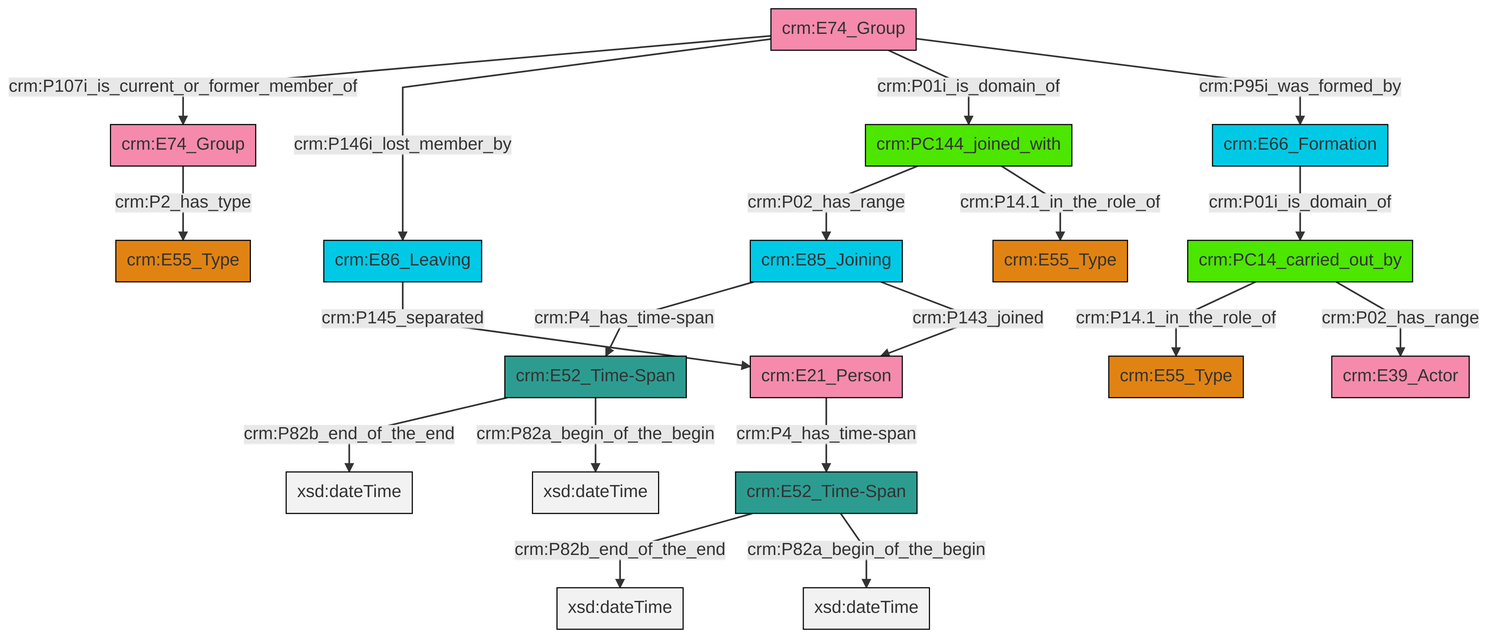
The Mermaid diagram et/groupCSV/ttl/mmd/png/group_actor_relations.png in swiss-art-research-net/docs.swissartresearch, before a commit. Its source is kept beside it as et/groupCSV/ttl/mmd/group_actor_relations.ttl.mmd.
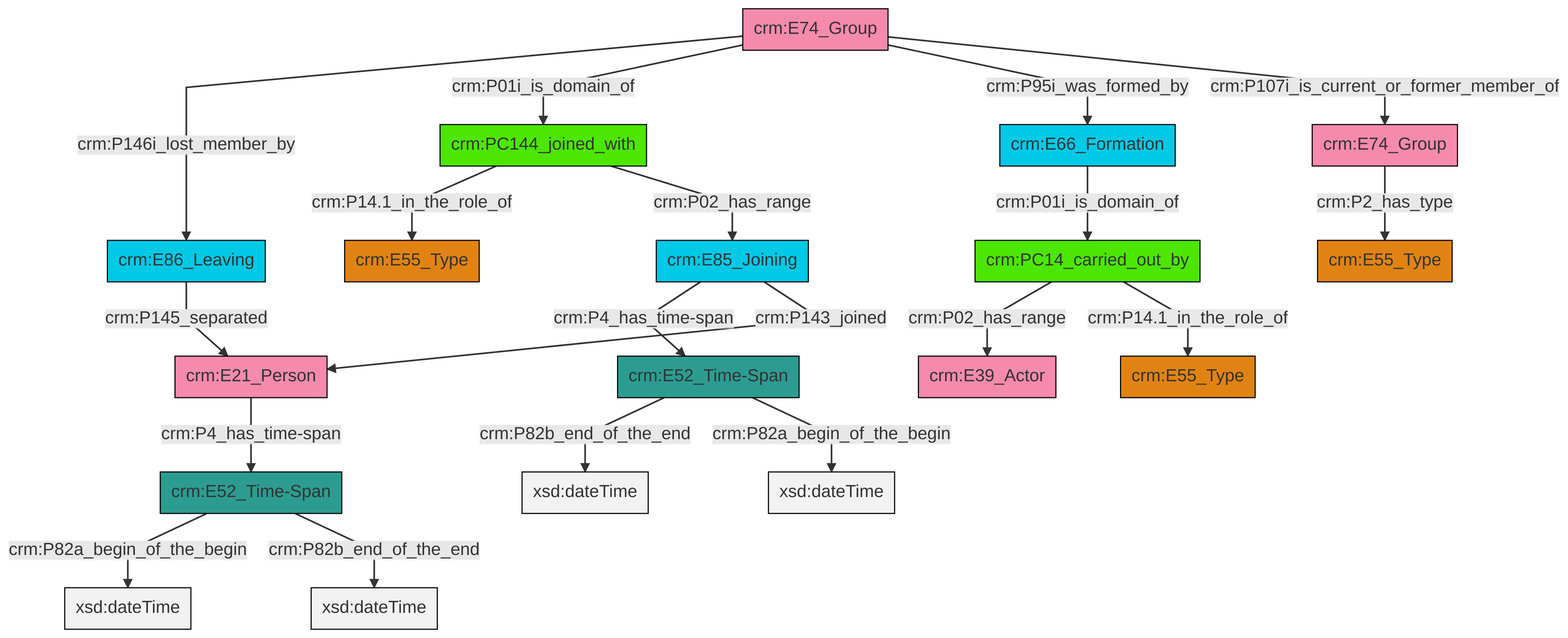
The same file after the commit.

Change to the diagram source:
```diff
@@ -13,21 +13,21 @@
 classDef PC_Classes fill:#4ce600, stroke:#000000;
 classDef Multi fill:#cccccc,stroke:#000000;
 
-0["crm:E74_Group"]:::Actor -->|crm:P107i_is_current_or_former_member_of| 1["crm:E74_Group"]:::Actor
-4["crm:E52_Time-Span"]:::Time-Span -->|crm:P82b_end_of_the_end| 5[xsd:dateTime]:::Literal
-8["crm:E66_Formation"]:::Temporal_Entity -->|crm:P01i_is_domain_of| 6["crm:PC14_carried_out_by"]:::PC_Classes
-4["crm:E52_Time-Span"]:::Time-Span -->|crm:P82a_begin_of_the_begin| 15[xsd:dateTime]:::Literal
-0["crm:E74_Group"]:::Actor -->|crm:P146i_lost_member_by| 16["crm:E86_Leaving"]:::Temporal_Entity
-25["crm:PC144_joined_with"]:::PC_Classes -->|crm:P02_has_range| 26["crm:E85_Joining"]:::Temporal_Entity
-26["crm:E85_Joining"]:::Temporal_Entity -->|crm:P4_has_time-span| 4["crm:E52_Time-Span"]:::Time-Span
-22["crm:E52_Time-Span"]:::Time-Span -->|crm:P82b_end_of_the_end| 27[xsd:dateTime]:::Literal
-26["crm:E85_Joining"]:::Temporal_Entity -->|crm:P143_joined| 10["crm:E21_Person"]:::Actor
-22["crm:E52_Time-Span"]:::Time-Span -->|crm:P82a_begin_of_the_begin| 30[xsd:dateTime]:::Literal
-10["crm:E21_Person"]:::Actor -->|crm:P4_has_time-span| 22["crm:E52_Time-Span"]:::Time-Span
-1["crm:E74_Group"]:::Actor -->|crm:P2_has_type| 18["crm:E55_Type"]:::Type
-25["crm:PC144_joined_with"]:::PC_Classes -->|crm:P14.1_in_the_role_of| 13["crm:E55_Type"]:::Type
-6["crm:PC14_carried_out_by"]:::PC_Classes -->|crm:P14.1_in_the_role_of| 20["crm:E55_Type"]:::Type
-16["crm:E86_Leaving"]:::Temporal_Entity -->|crm:P145_separated| 10["crm:E21_Person"]:::Actor
-0["crm:E74_Group"]:::Actor -->|crm:P01i_is_domain_of| 25["crm:PC144_joined_with"]:::PC_Classes
-6["crm:PC14_carried_out_by"]:::PC_Classes -->|crm:P02_has_range| 2["crm:E39_Actor"]:::Actor
-0["crm:E74_Group"]:::Actor -->|crm:P95i_was_formed_by| 8["crm:E66_Formation"]:::Temporal_Entity
+0["crm:E86_Leaving"]:::Temporal_Entity -->|crm:P145_separated| 1["crm:E21_Person"]:::Actor
+2["crm:PC14_carried_out_by"]:::PC_Classes -->|crm:P02_has_range| 3["crm:E39_Actor"]:::Actor
+4["crm:E85_Joining"]:::Temporal_Entity -->|crm:P4_has_time-span| 5["crm:E52_Time-Span"]:::Time-Span
+8["crm:E74_Group"]:::Actor -->|crm:P2_has_type| 9["crm:E55_Type"]:::Type
+1["crm:E21_Person"]:::Actor -->|crm:P4_has_time-span| 10["crm:E52_Time-Span"]:::Time-Span
+6["crm:E74_Group"]:::Actor -->|crm:P146i_lost_member_by| 0["crm:E86_Leaving"]:::Temporal_Entity
+17["crm:E66_Formation"]:::Temporal_Entity -->|crm:P01i_is_domain_of| 2["crm:PC14_carried_out_by"]:::PC_Classes
+10["crm:E52_Time-Span"]:::Time-Span -->|crm:P82a_begin_of_the_begin| 19[xsd:dateTime]:::Literal
+13["crm:PC144_joined_with"]:::PC_Classes -->|crm:P14.1_in_the_role_of| 11["crm:E55_Type"]:::Type
+2["crm:PC14_carried_out_by"]:::PC_Classes -->|crm:P14.1_in_the_role_of| 20["crm:E55_Type"]:::Type
+5["crm:E52_Time-Span"]:::Time-Span -->|crm:P82b_end_of_the_end| 21[xsd:dateTime]:::Literal
+10["crm:E52_Time-Span"]:::Time-Span -->|crm:P82b_end_of_the_end| 23[xsd:dateTime]:::Literal
+4["crm:E85_Joining"]:::Temporal_Entity -->|crm:P143_joined| 1["crm:E21_Person"]:::Actor
+6["crm:E74_Group"]:::Actor -->|crm:P01i_is_domain_of| 13["crm:PC144_joined_with"]:::PC_Classes
+6["crm:E74_Group"]:::Actor -->|crm:P95i_was_formed_by| 17["crm:E66_Formation"]:::Temporal_Entity
+6["crm:E74_Group"]:::Actor -->|crm:P107i_is_current_or_former_member_of| 8["crm:E74_Group"]:::Actor
+5["crm:E52_Time-Span"]:::Time-Span -->|crm:P82a_begin_of_the_begin| 32[xsd:dateTime]:::Literal
+13["crm:PC144_joined_with"]:::PC_Classes -->|crm:P02_has_range| 4["crm:E85_Joining"]:::Temporal_Entity
```
